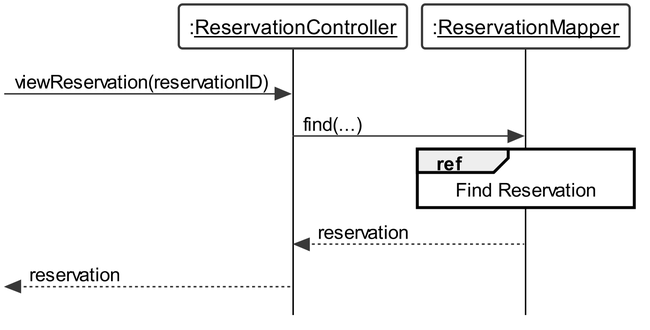
This is Documentation/plantuml/SD_UC06.png from wolfcall/Tyrell-Corp, a PlantUML export, as it was before one commit. Its diagram source:
```plantuml
@startuml
skinparam {
	roundcorner 5
	sequenceMessageAlign left
	dpi 300
	monochrome true
	backgroundColor white
	classBackgroundColor white
	style strictuml
	defaultFontName Arial
	maxmessagesize 200
	lifelineStrategy solid
	classAttributeIconSize 0
}

skinparam sequence {
	LifeLineBackgroundColor white
	LifeLineBorderColor black
	BoxBackgroundColor white
	ParticipantBackgroundColor white
	ActorBackgroundColor white
}

skinparam usecase {
	BackgroundColor white
}

participant ":__ReservationController__" as rController
participant ":__ReservationMapper__" as rMapper


[-> rController: viewReservation(reservationID)

rController -> rMapper : find(...)
ref over rMapper : Find Reservation
rMapper --> rController : reservation

[<-- rController : reservation

@enduml
```
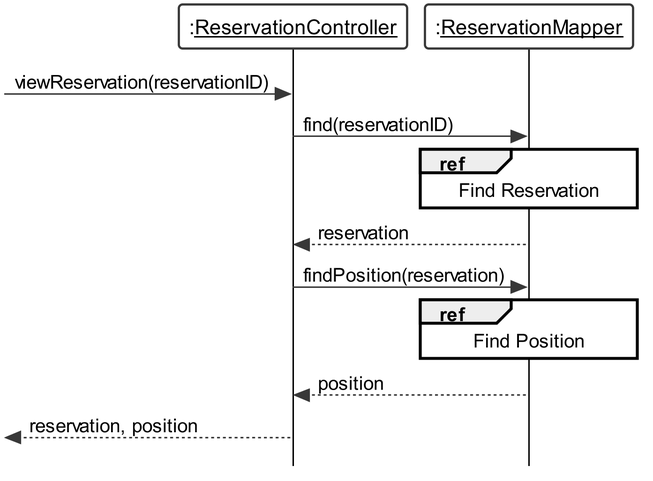
After the change.

The edit, as a diff of the source:
```diff
@@ -31,10 +31,14 @@
 
 [-> rController: viewReservation(reservationID)
 
-rController -> rMapper : find(...)
+rController -> rMapper : find(reservationID)
 ref over rMapper : Find Reservation
 rMapper --> rController : reservation
 
-[<-- rController : reservation
+rController -> rMapper : findPosition(reservation)
+ref over rMapper : Find Position
+rMapper --> rController : position
+
+[<-- rController : reservation, position
 
 @enduml
```
